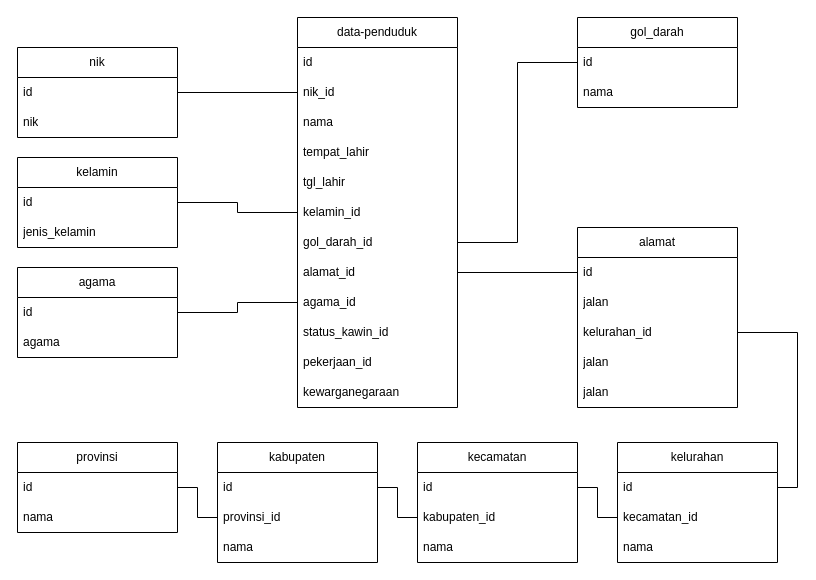
This is database/design-database/relasi database.drawio from Habsyi2512/data-penduduk, a draw.io file, before an edit. Source tidied: cells renumbered, new cells numbered last; positions are measured from the earlier drawing's top-left corner, leaving out a move shared by most shapes. Both pictures are drawn from the tidied source at 100%, with x=0, y=0 at pixel (17, 17).
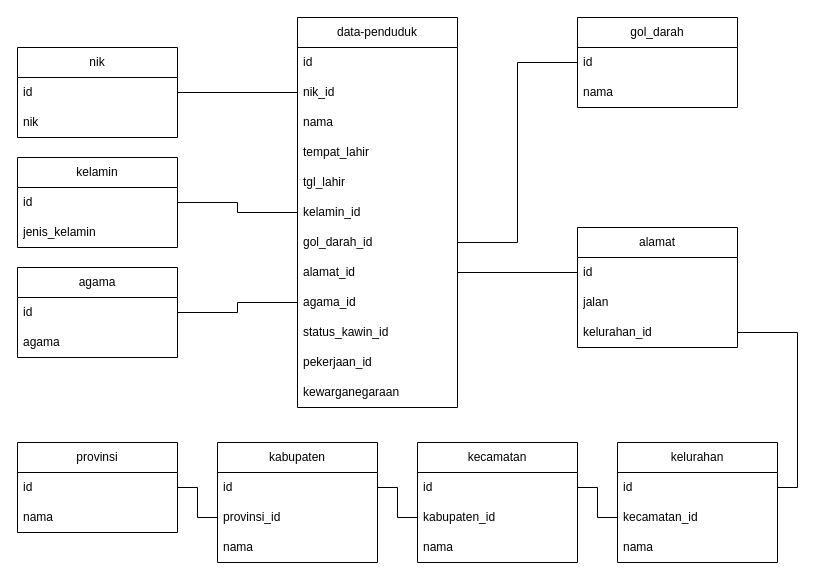
Above is the later version.

Commit message (it also covers changes not shown here):
"Removed NIK model and migration, updated database design, and added columns to several migration files"

What changed in the source:
```diff
@@
     <mxCell id="21" value="alamat" style="swimlane;fontStyle=0;horizontal=1;startSize=30;whiteSpace=wrap;html=1;" parent="1" vertex="1">
-      <mxGeometry x="560" y="210" width="160" height="180" as="geometry" />
+      <mxGeometry x="560" y="210" width="160" height="120" as="geometry" />
     </mxCell>
@@
-    <mxCell id="25" value="jalan" style="text;strokeColor=none;fillColor=none;align=left;verticalAlign=middle;spacingLeft=4;spacingRight=4;overflow=hidden;whiteSpace=wrap;html=1;" parent="21" vertex="1">
-      <mxGeometry y="120" width="160" height="30" as="geometry" />
-    </mxCell>
-    <mxCell id="26" value="jalan" style="text;strokeColor=none;fillColor=none;align=left;verticalAlign=middle;spacingLeft=4;spacingRight=4;overflow=hidden;whiteSpace=wrap;html=1;" parent="21" vertex="1">
-      <mxGeometry y="150" width="160" height="30" as="geometry" />
-    </mxCell>
```
